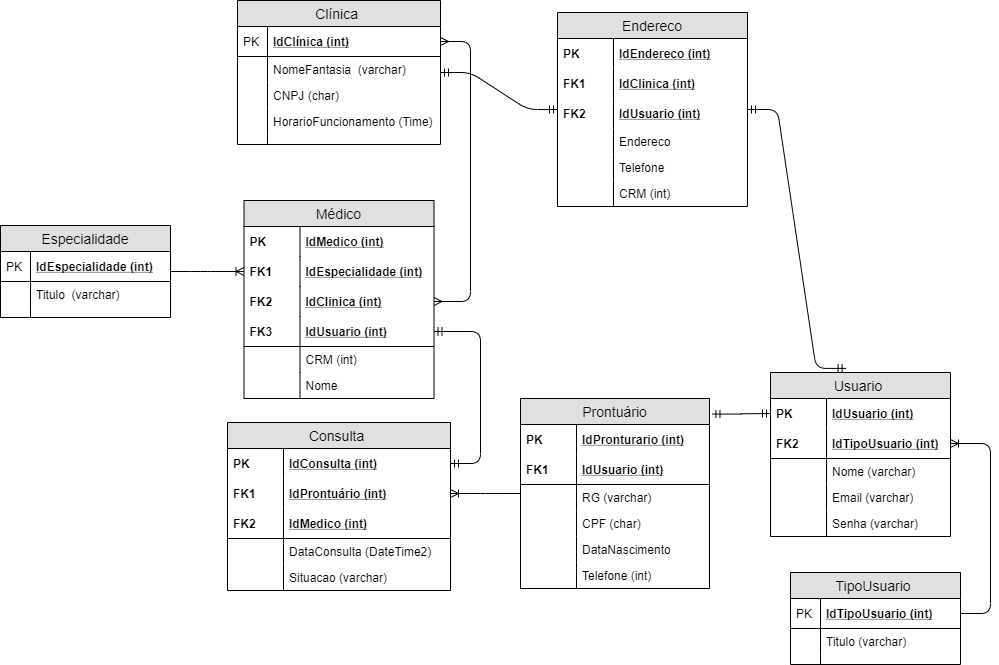
ErickHenry2023/senai_spmedgroup_sprint1_bd_tarde_Erick_Henry keeps this draw.io diagram as Modelos/LÓGICO.png. Above is the earlier version. Source tidied: cells renumbered, new cells last; positions are measured from the earlier drawing's top-left corner, leaving out a move shared by most shapes.
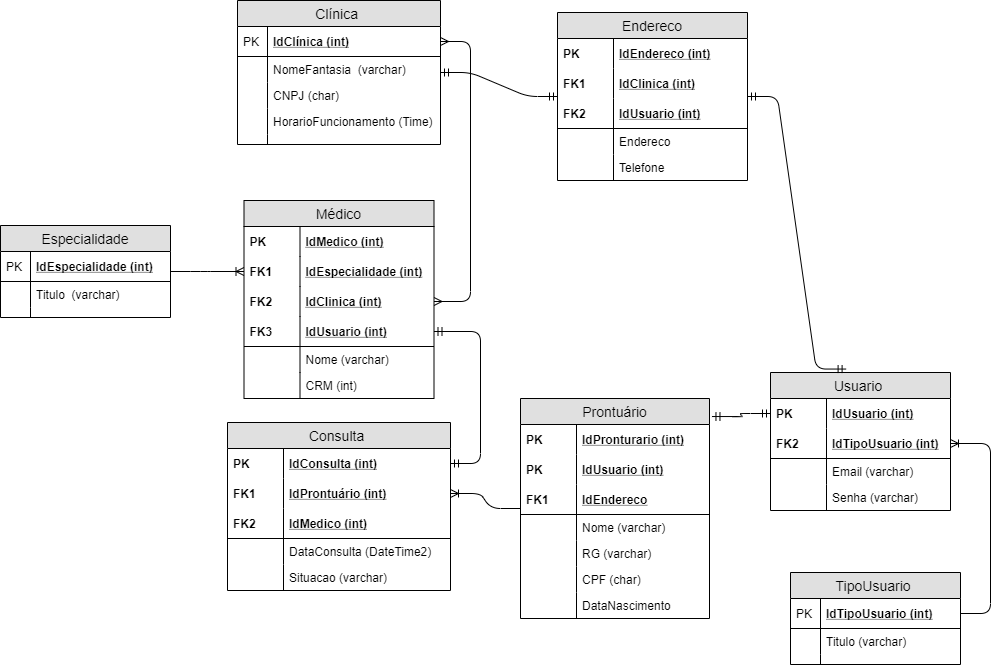
Above is the later version.

What changed in the source:
```diff
@@ -57,7 +57,7 @@
       <mxGeometry width="30" height="10" as="geometry" />
     </mxCell>
     <mxCell id="20" value="Usuario " style="swimlane;fontStyle=0;horizontal=1;startSize=26;fillColor=#e0e0e0;swimlaneFillColor=#ffffff;align=center;fontSize=14;" parent="1" vertex="1">
-      <mxGeometry x="770" y="372" width="180" height="164" as="geometry" />
+      <mxGeometry x="770" y="372" width="180" height="138" as="geometry" />
     </mxCell>
     <mxCell id="21" value="IdUsuario (int)" style="shape=partialRectangle;top=0;left=0;right=0;bottom=0;align=left;verticalAlign=middle;fillColor=none;spacingLeft=60;spacingRight=4;overflow=hidden;points=[[0,0.5],[1,0.5]];portConstraint=eastwest;fontStyle=5;fontSize=12;" parent="20" vertex="1">
       <mxGeometry y="26" width="180" height="30" as="geometry" />
@@ -71,20 +71,14 @@
     <mxCell id="24" value="FK2" style="shape=partialRectangle;fontStyle=1;top=0;left=0;bottom=0;fillColor=none;align=left;verticalAlign=middle;spacingLeft=4;spacingRight=4;overflow=hidden;fontSize=12;" parent="23" vertex="1">
       <mxGeometry width="56" height="30" as="geometry" />
     </mxCell>
-    <mxCell id="25" value="Nome (varchar)" style="shape=partialRectangle;top=0;left=0;right=0;bottom=0;align=left;verticalAlign=top;fillColor=none;spacingLeft=60;spacingRight=4;overflow=hidden;fontSize=12;" parent="20" vertex="1">
-      <mxGeometry y="86" width="180" height="26" as="geometry" />
-    </mxCell>
-    <mxCell id="26" style="shape=partialRectangle;top=0;left=0;bottom=0;fillColor=none;align=left;verticalAlign=top;spacingLeft=4;spacingRight=4;overflow=hidden;fontSize=12;" parent="25" vertex="1">
-      <mxGeometry width="56" height="26" as="geometry" />
-    </mxCell>
     <mxCell id="27" value="Email (varchar)" style="shape=partialRectangle;top=0;left=0;right=0;bottom=0;align=left;verticalAlign=top;fillColor=none;spacingLeft=60;spacingRight=4;overflow=hidden;fontSize=12;" parent="20" vertex="1">
-      <mxGeometry y="112" width="180" height="26" as="geometry" />
+      <mxGeometry y="86" width="180" height="26" as="geometry" />
     </mxCell>
     <mxCell id="28" style="shape=partialRectangle;top=0;left=0;bottom=0;fillColor=none;align=left;verticalAlign=top;spacingLeft=4;spacingRight=4;overflow=hidden;fontSize=12;" parent="27" vertex="1">
       <mxGeometry width="56" height="26" as="geometry" />
     </mxCell>
     <mxCell id="29" value="Senha (varchar)" style="shape=partialRectangle;top=0;left=0;right=0;bottom=0;align=left;verticalAlign=top;fillColor=none;spacingLeft=60;spacingRight=4;overflow=hidden;fontSize=12;" parent="20" vertex="1">
-      <mxGeometry y="138" width="180" height="26" as="geometry" />
+      <mxGeometry y="112" width="180" height="26" as="geometry" />
     </mxCell>
     <mxCell id="30" style="shape=partialRectangle;top=0;left=0;bottom=0;fillColor=none;align=left;verticalAlign=top;spacingLeft=4;spacingRight=4;overflow=hidden;fontSize=12;" parent="29" vertex="1">
       <mxGeometry width="56" height="26" as="geometry" />
@@ -111,7 +105,7 @@
       <mxGeometry width="30" height="10" as="geometry" />
     </mxCell>
     <mxCell id="38" value="Prontuário" style="swimlane;fontStyle=0;horizontal=1;startSize=26;fillColor=#e0e0e0;swimlaneFillColor=#ffffff;align=center;fontSize=14;" parent="1" vertex="1">
-      <mxGeometry x="520" y="398" width="189" height="190" as="geometry" />
+      <mxGeometry x="520" y="398" width="189" height="220" as="geometry" />
     </mxCell>
     <mxCell id="39" value="IdPronturario (int)" style="shape=partialRectangle;top=0;left=0;right=0;bottom=0;align=left;verticalAlign=middle;fillColor=none;spacingLeft=60;spacingRight=4;overflow=hidden;fontStyle=5;fontSize=12;" parent="38" vertex="1">
       <mxGeometry y="26" width="189" height="30" as="geometry" />
@@ -119,36 +113,42 @@
     <mxCell id="40" value="PK" style="shape=partialRectangle;fontStyle=1;top=0;left=0;bottom=0;fillColor=none;align=left;verticalAlign=middle;spacingLeft=4;spacingRight=4;overflow=hidden;fontSize=12;" parent="39" vertex="1">
       <mxGeometry width="56" height="30" as="geometry" />
     </mxCell>
+    <mxCell id="86" value="IdUsuario (int)" style="shape=partialRectangle;top=0;left=0;right=0;bottom=0;align=left;verticalAlign=middle;fillColor=none;spacingLeft=60;spacingRight=4;overflow=hidden;fontStyle=5;fontSize=12;" parent="38" vertex="1">
+      <mxGeometry y="56" width="189" height="30" as="geometry" />
+    </mxCell>
+    <mxCell id="96" value="PK" style="shape=partialRectangle;fontStyle=1;top=0;left=0;bottom=0;fillColor=none;align=left;verticalAlign=middle;spacingLeft=4;spacingRight=4;overflow=hidden;fontSize=12;" parent="86" vertex="1">
+      <mxGeometry width="56" height="30" as="geometry" />
+    </mxCell>
-    <mxCell id="41" value="IdUsuario (int)" style="shape=partialRectangle;top=0;left=0;right=0;bottom=1;align=left;verticalAlign=middle;fillColor=none;spacingLeft=60;spacingRight=4;overflow=hidden;fontStyle=5;fontSize=12;" parent="38" vertex="1">
-      <mxGeometry y="56" width="189" height="30" as="geometry" />
+    <mxCell id="41" value="IdEndereco" style="shape=partialRectangle;top=0;left=0;right=0;bottom=1;align=left;verticalAlign=middle;fillColor=none;spacingLeft=60;spacingRight=4;overflow=hidden;fontStyle=5;fontSize=12;" parent="38" vertex="1">
+      <mxGeometry y="86" width="189" height="30" as="geometry" />
     </mxCell>
     <mxCell id="42" value="FK1" style="shape=partialRectangle;fontStyle=1;top=0;left=0;bottom=0;fillColor=none;align=left;verticalAlign=middle;spacingLeft=4;spacingRight=4;overflow=hidden;fontSize=12;" parent="41" vertex="1">
       <mxGeometry width="56" height="30" as="geometry" />
     </mxCell>
+    <mxCell id="25" value="Nome (varchar)" style="shape=partialRectangle;top=0;left=0;right=0;bottom=0;align=left;verticalAlign=top;fillColor=none;spacingLeft=60;spacingRight=4;overflow=hidden;fontSize=12;" parent="38" vertex="1">
+      <mxGeometry y="116" width="189" height="26" as="geometry" />
+    </mxCell>
+    <mxCell id="97" style="shape=partialRectangle;top=0;left=0;bottom=0;fillColor=none;align=left;verticalAlign=top;spacingLeft=4;spacingRight=4;overflow=hidden;fontSize=12;" parent="25" vertex="1">
+      <mxGeometry width="56" height="26" as="geometry" />
+    </mxCell>
     <mxCell id="43" value="RG (varchar)" style="shape=partialRectangle;top=0;left=0;right=0;bottom=0;align=left;verticalAlign=top;fillColor=none;spacingLeft=60;spacingRight=4;overflow=hidden;fontSize=12;" parent="38" vertex="1">
-      <mxGeometry y="86" width="189" height="26" as="geometry" />
+      <mxGeometry y="142" width="189" height="26" as="geometry" />
     </mxCell>
     <mxCell id="44" style="shape=partialRectangle;top=0;left=0;bottom=0;fillColor=none;align=left;verticalAlign=top;spacingLeft=4;spacingRight=4;overflow=hidden;fontSize=12;" parent="43" vertex="1">
       <mxGeometry width="56" height="26" as="geometry" />
     </mxCell>
     <mxCell id="45" value="CPF (char)" style="shape=partialRectangle;top=0;left=0;right=0;bottom=0;align=left;verticalAlign=top;fillColor=none;spacingLeft=60;spacingRight=4;overflow=hidden;fontSize=12;" parent="38" vertex="1">
-      <mxGeometry y="112" width="189" height="26" as="geometry" />
+      <mxGeometry y="168" width="189" height="26" as="geometry" />
     </mxCell>
     <mxCell id="46" style="shape=partialRectangle;top=0;left=0;bottom=0;fillColor=none;align=left;verticalAlign=top;spacingLeft=4;spacingRight=4;overflow=hidden;fontSize=12;" parent="45" vertex="1">
       <mxGeometry width="56" height="26" as="geometry" />
     </mxCell>
     <mxCell id="47" value="DataNascimento" style="shape=partialRectangle;top=0;left=0;right=0;bottom=0;align=left;verticalAlign=top;fillColor=none;spacingLeft=60;spacingRight=4;overflow=hidden;fontSize=12;" parent="38" vertex="1">
-      <mxGeometry y="138" width="189" height="26" as="geometry" />
+      <mxGeometry y="194" width="189" height="26" as="geometry" />
     </mxCell>
     <mxCell id="48" style="shape=partialRectangle;top=0;left=0;bottom=0;fillColor=none;align=left;verticalAlign=top;spacingLeft=4;spacingRight=4;overflow=hidden;fontSize=12;" parent="47" vertex="1">
       <mxGeometry width="56" height="26" as="geometry" />
     </mxCell>
-    <mxCell id="49" value="Telefone (int)" style="shape=partialRectangle;top=0;left=0;right=0;bottom=0;align=left;verticalAlign=top;fillColor=none;spacingLeft=60;spacingRight=4;overflow=hidden;fontSize=12;" parent="38" vertex="1">
-      <mxGeometry y="164" width="189" height="26" as="geometry" />
-    </mxCell>
-    <mxCell id="50" style="shape=partialRectangle;top=0;left=0;bottom=0;fillColor=none;align=left;verticalAlign=top;spacingLeft=4;spacingRight=4;overflow=hidden;fontSize=12;" parent="49" vertex="1">
-      <mxGeometry width="56" height="26" as="geometry" />
-    </mxCell>
     <mxCell id="51" value="Consulta " style="swimlane;fontStyle=0;horizontal=1;startSize=26;fillColor=#e0e0e0;swimlaneFillColor=#ffffff;align=center;fontSize=14;" parent="1" vertex="1">
       <mxGeometry x="227" y="422" width="223" height="168" as="geometry" />
     </mxCell>
@@ -209,13 +209,13 @@
     <mxCell id="70" value="FK3" style="shape=partialRectangle;fontStyle=1;top=0;left=0;bottom=0;fillColor=none;align=left;verticalAlign=middle;spacingLeft=4;spacingRight=4;overflow=hidden;fontSize=12;" parent="69" vertex="1">
       <mxGeometry width="56" height="30" as="geometry" />
     </mxCell>
-    <mxCell id="71" value="CRM (int)&#10;" style="shape=partialRectangle;top=0;left=0;right=0;bottom=0;align=left;verticalAlign=top;fillColor=none;spacingLeft=60;spacingRight=4;overflow=hidden;fontSize=12;" parent="62" vertex="1">
+    <mxCell id="71" value="Nome (varchar)" style="shape=partialRectangle;top=0;left=0;right=0;bottom=0;align=left;verticalAlign=top;fillColor=none;spacingLeft=60;spacingRight=4;overflow=hidden;fontSize=12;" parent="62" vertex="1">
       <mxGeometry y="146" width="190" height="26" as="geometry" />
     </mxCell>
     <mxCell id="72" style="shape=partialRectangle;top=0;left=0;bottom=0;fillColor=none;align=left;verticalAlign=top;spacingLeft=4;spacingRight=4;overflow=hidden;fontSize=12;" parent="71" vertex="1">
       <mxGeometry width="56" height="26" as="geometry" />
     </mxCell>
-    <mxCell id="73" value="Nome&#10;" style="shape=partialRectangle;top=0;left=0;right=0;bottom=0;align=left;verticalAlign=top;fillColor=none;spacingLeft=60;spacingRight=4;overflow=hidden;fontSize=12;" parent="62" vertex="1">
+    <mxCell id="73" value="CRM (int)&#10;" style="shape=partialRectangle;top=0;left=0;right=0;bottom=0;align=left;verticalAlign=top;fillColor=none;spacingLeft=60;spacingRight=4;overflow=hidden;fontSize=12;" parent="62" vertex="1">
       <mxGeometry y="172" width="190" height="26" as="geometry" />
     </mxCell>
     <mxCell id="74" style="shape=partialRectangle;top=0;left=0;bottom=0;fillColor=none;align=left;verticalAlign=top;spacingLeft=4;spacingRight=4;overflow=hidden;fontSize=12;" parent="73" vertex="1">
@@ -240,7 +240,7 @@
       <mxGeometry relative="1" as="geometry" />
     </mxCell>
     <mxCell id="81" value="Endereco" style="swimlane;fontStyle=0;horizontal=1;startSize=26;fillColor=#e0e0e0;swimlaneFillColor=#ffffff;align=center;fontSize=14;" parent="1" vertex="1">
-      <mxGeometry x="557" y="12" width="190" height="194" as="geometry" />
+      <mxGeometry x="557" y="12" width="190" height="168" as="geometry" />
     </mxCell>
     <mxCell id="82" value="IdEndereco (int)" style="shape=partialRectangle;top=0;left=0;right=0;bottom=0;align=left;verticalAlign=middle;fillColor=none;spacingLeft=60;spacingRight=4;overflow=hidden;fontStyle=5;fontSize=12;" parent="81" vertex="1">
       <mxGeometry y="26" width="190" height="30" as="geometry" />
@@ -254,10 +254,10 @@
     <mxCell id="85" value="FK1" style="shape=partialRectangle;fontStyle=1;top=0;left=0;bottom=0;fillColor=none;align=left;verticalAlign=middle;spacingLeft=4;spacingRight=4;overflow=hidden;fontSize=12;" parent="84" vertex="1">
       <mxGeometry width="56" height="30" as="geometry" />
     </mxCell>
-    <mxCell id="86" value="IdUsuario (int)" style="shape=partialRectangle;top=0;left=0;right=0;bottom=0;align=left;verticalAlign=middle;fillColor=none;spacingLeft=60;spacingRight=4;overflow=hidden;fontStyle=5;fontSize=12;" parent="81" vertex="1">
-      <mxGeometry y="86" width="190" height="30" as="geometry" />
-    </mxCell>
+    <mxCell id="98" value="IdUsuario (int)" style="shape=partialRectangle;top=0;left=0;right=0;bottom=1;align=left;verticalAlign=middle;fillColor=none;spacingLeft=60;spacingRight=4;overflow=hidden;fontStyle=5;fontSize=12;" parent="81" vertex="1">
+      <mxGeometry y="86" width="190" height="30" as="geometry" />
+    </mxCell>
-    <mxCell id="87" value="FK2" style="shape=partialRectangle;fontStyle=1;top=0;left=0;bottom=0;fillColor=none;align=left;verticalAlign=middle;spacingLeft=4;spacingRight=4;overflow=hidden;fontSize=12;" parent="86" vertex="1">
+    <mxCell id="87" value="FK2" style="shape=partialRectangle;fontStyle=1;top=0;left=0;bottom=0;fillColor=none;align=left;verticalAlign=middle;spacingLeft=4;spacingRight=4;overflow=hidden;fontSize=12;" parent="98" vertex="1">
       <mxGeometry width="56" height="30" as="geometry" />
     </mxCell>
     <mxCell id="88" value="Endereco" style="shape=partialRectangle;top=0;left=0;right=0;bottom=0;align=left;verticalAlign=top;fillColor=none;spacingLeft=60;spacingRight=4;overflow=hidden;fontSize=12;" parent="81" vertex="1">
@@ -272,12 +272,6 @@
     <mxCell id="91" style="shape=partialRectangle;top=0;left=0;bottom=0;fillColor=none;align=left;verticalAlign=top;spacingLeft=4;spacingRight=4;overflow=hidden;fontSize=12;" parent="90" vertex="1">
       <mxGeometry width="56" height="26" as="geometry" />
     </mxCell>
-    <mxCell id="92" value="CRM (int)&#10;" style="shape=partialRectangle;top=0;left=0;right=0;bottom=0;align=left;verticalAlign=top;fillColor=none;spacingLeft=60;spacingRight=4;overflow=hidden;fontSize=12;" parent="81" vertex="1">
-      <mxGeometry y="168" width="190" height="26" as="geometry" />
-    </mxCell>
-    <mxCell id="93" style="shape=partialRectangle;top=0;left=0;bottom=0;fillColor=none;align=left;verticalAlign=top;spacingLeft=4;spacingRight=4;overflow=hidden;fontSize=12;" parent="92" vertex="1">
-      <mxGeometry width="56" height="26" as="geometry" />
-    </mxCell>
     <mxCell id="94" style="edgeStyle=entityRelationEdgeStyle;fontSize=12;html=1;endArrow=ERmandOne;startArrow=ERmandOne;entryX=0.42;entryY=-0.025;entryDx=0;entryDy=0;entryPerimeter=0;" parent="1" edge="1" source="81" target="20">
       <mxGeometry relative="1" as="geometry" />
     </mxCell>
```
